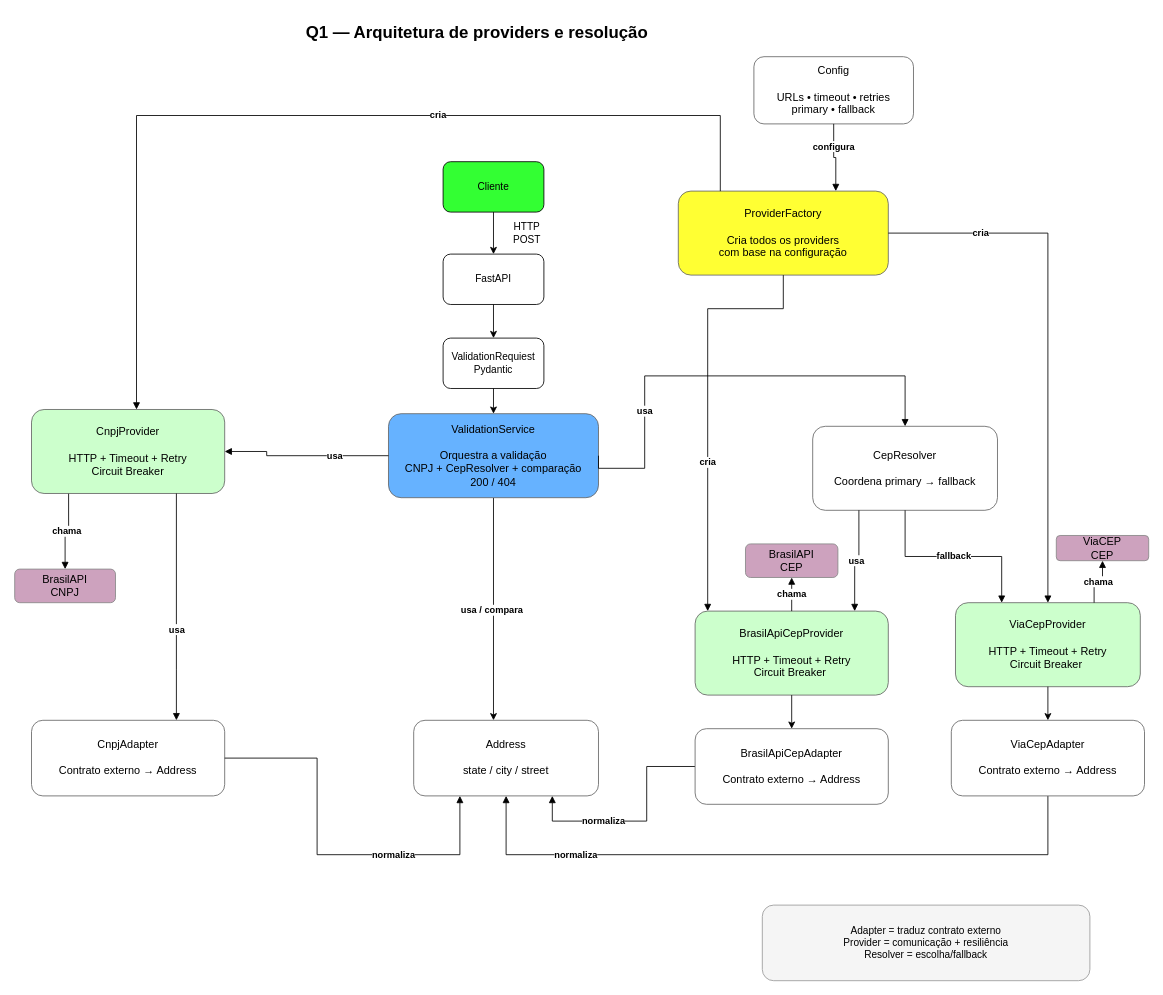
Above: question_1/docs/shipay_q1_arquitetura.drawio in HenriqueBraz/shipay-back-end-challenge (draw.io), before the change. Source tidied: cells renumbered, new cells numbered last; positions are measured from the earlier drawing's top-left corner, leaving out a move shared by most shapes. Both pictures are drawn from the tidied source at 84%, with x=0, y=0 at pixel (14, 14).
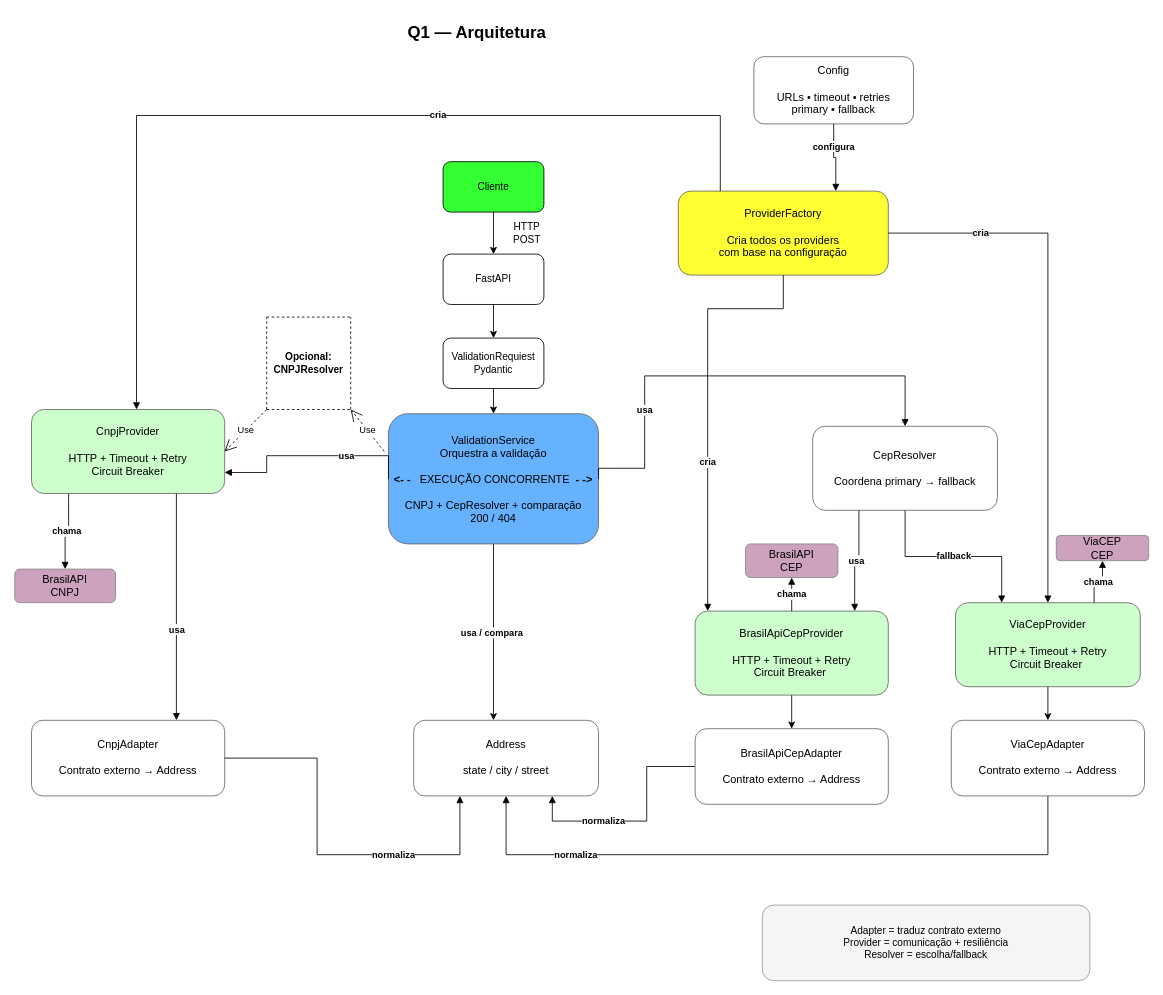
The same page after the edit.

Commit message:
docs: update question 1 diagram

The change refers to these unchanged cells:
```xml
<mxCell id="8" value="CnpjProvider&#10;&#10;HTTP + Timeout + Retry&#10;Circuit Breaker" style="rounded=1;whiteSpace=wrap;html=1;fillColor=#CCFFCC;strokeColor=#666666;fontSize=13;" parent="1" vertex="1">
  <mxGeometry x="20" y="470" width="230" height="100" as="geometry" />
</mxCell>
```

Change to the diagram source:
```diff
@@
-    <mxCell id="2" value="Q1 — Arquitetura de providers e resolução" style="text;html=1;strokeColor=none;fillColor=none;align=center;verticalAlign=middle;fontStyle=1;fontSize=20;" parent="1" vertex="1">
+    <mxCell id="2" value="Q1 — Arquitetura" style="text;html=1;strokeColor=none;fillColor=none;align=center;verticalAlign=middle;fontStyle=1;fontSize=20;" parent="1" vertex="1">
       <mxGeometry x="370" width="360" height="40" as="geometry" />
     </mxCell>
@@
-    <mxCell id="7" value="ValidationService&lt;br&gt;&lt;br&gt;Orquestra a validação&lt;br&gt;CNPJ + CepResolver + comparação&lt;br&gt;200 / 404" style="rounded=1;whiteSpace=wrap;html=1;fillColor=#66B2FF;strokeColor=#666666;fontSize=13;" parent="1" vertex="1">
-      <mxGeometry x="445" y="475" width="250" height="100" as="geometry" />
+    <mxCell id="7" value="ValidationService&lt;br&gt;Orquestra a validação&lt;div&gt;&lt;b&gt;&lt;br&gt;&lt;/b&gt;&lt;div&gt;&lt;div&gt;&lt;b&gt;&amp;lt;- -&amp;nbsp;&lt;/b&gt; &amp;nbsp;EXECUÇÃO CONCORRENTE&amp;nbsp; &lt;b&gt;- -&amp;gt;&lt;/b&gt;&lt;/div&gt;&lt;div&gt;&lt;br&gt;&lt;/div&gt;CNPJ + CepResolver + comparação&lt;br&gt;200 / 404&lt;/div&gt;&lt;/div&gt;" style="rounded=1;whiteSpace=wrap;html=1;fillColor=#66B2FF;strokeColor=#666666;fontSize=13;" parent="1" vertex="1">
+      <mxGeometry x="445" y="475" width="250" height="155" as="geometry" />
     </mxCell>
@@
-    <mxCell id="22" value="&lt;b&gt;usa&lt;/b&gt;" style="edgeStyle=orthogonalEdgeStyle;rounded=0;jettySize=auto;html=1;endArrow=block;exitX=0;exitY=0.5;exitDx=0;exitDy=0;entryX=1;entryY=0.5;entryDx=0;entryDy=0;" parent="1" edge="1" source="7" target="8">
+    <mxCell id="22" value="&lt;b&gt;usa&lt;/b&gt;" style="edgeStyle=orthogonalEdgeStyle;rounded=0;jettySize=auto;html=1;endArrow=block;exitX=0;exitY=0.5;exitDx=0;exitDy=0;entryX=1;entryY=0.75;entryDx=0;entryDy=0;" parent="1" edge="1" source="7" target="8">
       <mxGeometry x="-0.35" relative="1" as="geometry">
         <Array as="points">
           <mxPoint x="300" y="525" />
-          <mxPoint x="300" y="520" />
+          <mxPoint x="300" y="545" />
         </Array>
         <mxPoint x="1" as="offset" />
       </mxGeometry>
     </mxCell>
@@
+    <mxCell id="44" style="endArrow=none;dashed=1;html=1;rounded=0;" parent="1" edge="1">
+      <mxGeometry relative="1" as="geometry">
+        <mxPoint x="300" y="470" as="sourcePoint" />
+        <mxPoint x="300" y="360" as="targetPoint" />
+      </mxGeometry>
+    </mxCell>
+    <mxCell id="45" style="endArrow=none;dashed=1;html=1;rounded=0;" parent="1" edge="1">
+      <mxGeometry relative="1" as="geometry">
+        <mxPoint x="300" y="360" as="sourcePoint" />
+        <mxPoint x="400" y="360" as="targetPoint" />
+      </mxGeometry>
+    </mxCell>
+    <mxCell id="46" style="endArrow=none;dashed=1;html=1;rounded=0;" parent="1" edge="1">
+      <mxGeometry relative="1" as="geometry">
+        <mxPoint x="300" y="470" as="sourcePoint" />
+        <mxPoint x="400" y="470" as="targetPoint" />
+      </mxGeometry>
+    </mxCell>
+    <mxCell id="47" style="endArrow=none;dashed=1;html=1;rounded=0;" parent="1" edge="1">
+      <mxGeometry relative="1" as="geometry">
+        <mxPoint x="400" y="470" as="sourcePoint" />
+        <mxPoint x="400" y="360" as="targetPoint" />
+      </mxGeometry>
+    </mxCell>
+    <mxCell id="48" value="&lt;b&gt;Opcional: CNPJResolver&lt;/b&gt;" style="text;html=1;whiteSpace=wrap;strokeColor=none;fillColor=none;align=center;verticalAlign=middle;rounded=0;" parent="1" vertex="1">
+      <mxGeometry x="320" y="400" width="60" height="30" as="geometry" />
+    </mxCell>
+    <mxCell id="49" value="Use" style="endArrow=open;endSize=12;dashed=1;html=1;rounded=0;" parent="1" edge="1">
+      <mxGeometry relative="1" as="geometry">
+        <mxPoint x="440" y="520" as="sourcePoint" />
+        <mxPoint x="400" y="470" as="targetPoint" />
+      </mxGeometry>
+    </mxCell>
+    <mxCell id="50" value="Use" style="endArrow=open;endSize=12;dashed=1;html=1;rounded=0;entryX=1;entryY=0.5;entryDx=0;entryDy=0;" parent="1" edge="1" target="8">
+      <mxGeometry relative="1" as="geometry">
+        <mxPoint x="300" y="470" as="sourcePoint" />
+      </mxGeometry>
+    </mxCell>
```
